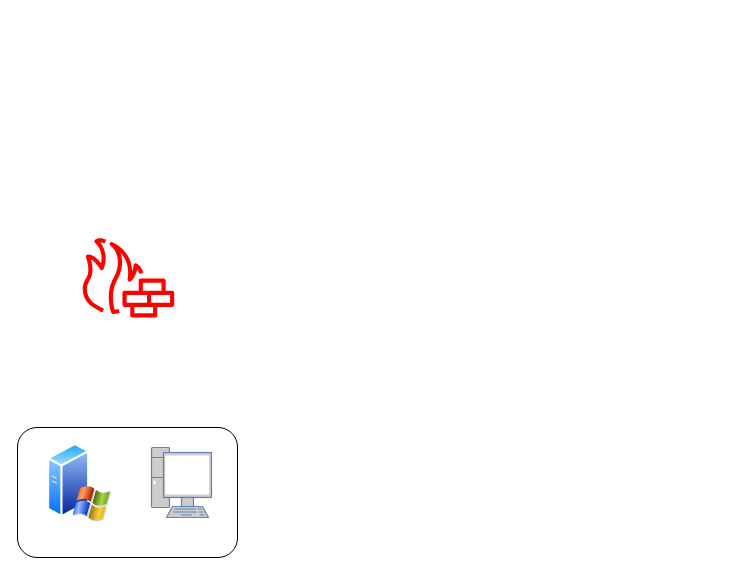
Earlier version of the draw.io diagram Untitled Diagram.drawio (vanluongkma/draw.io). Source tidied: cells renumbered, new cells numbered last; positions are measured from the earlier drawing's top-left corner, leaving out a move shared by most shapes. Both pictures are drawn from the tidied source at 100%, with x=0, y=0 at pixel (17, 237). Pictures stored in the file or linked from it are replaced by grey dashed boxes.
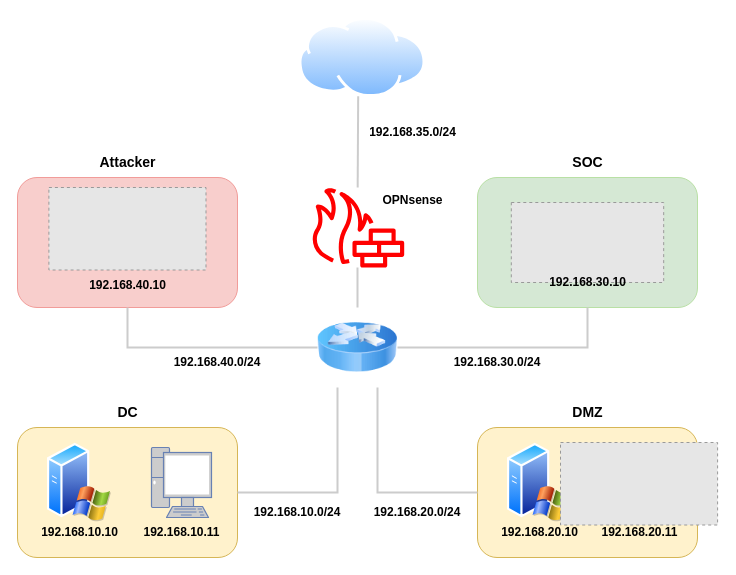
Above is the later version.

Commit message:
Cập nhật Untitled Diagram.drawio

The edit, as a diff of the source:
```diff
@@
-    <mxCell id="2" style="rounded=1;whiteSpace=wrap;html=1;" parent="1" vertex="1">
+    <mxCell id="2" style="rounded=1;whiteSpace=wrap;html=1;fillColor=#fff2cc;strokeColor=#d6b656;" parent="1" vertex="1">
       <mxGeometry y="190" width="220" height="130" as="geometry" />
     </mxCell>
@@
-    <mxCell id="5" style="sketch=0;outlineConnect=0;fontColor=#232F3E;gradientColor=none;fillColor=#FF0000;strokeColor=none;dashed=0;verticalLabelPosition=bottom;verticalAlign=top;align=center;html=1;fontSize=12;fontStyle=0;shape=mxgraph.aws4.generic_firewall;" parent="1" vertex="1">
-      <mxGeometry x="62.7" width="94.5" height="80" as="geometry" />
+    <mxCell id="5" style="sketch=0;outlineConnect=0;fillColor=#FF0000;strokeColor=#FF0000;dashed=0;verticalLabelPosition=bottom;verticalAlign=top;align=center;html=1;fontSize=12;fontStyle=0;shape=mxgraph.aws4.generic_firewall;" parent="1" vertex="1">
+      <mxGeometry x="292.7" y="-50" width="94.5" height="80" as="geometry" />
     </mxCell>
+    <mxCell id="6" style="rounded=1;whiteSpace=wrap;html=1;fillColor=#fff2cc;strokeColor=#d6b656;" parent="1" vertex="1">
+      <mxGeometry x="460" y="190" width="220" height="130" as="geometry" />
+    </mxCell>
+    <mxCell id="7" style="image;perimeter=ellipsePerimeter;html=1;align=center;shadow=0;dashed=0;spacingTop=3;image=img/lib/active_directory/windows_server_2.svg;" parent="1" vertex="1">
+      <mxGeometry x="490" y="205" width="64" height="80" as="geometry" />
+    </mxCell>
+    <mxCell id="8" value="&lt;b&gt;&lt;font style=&quot;font-size: 14px;&quot;&gt;DMZ&lt;/font&gt;&lt;/b&gt;" style="text;html=1;align=center;verticalAlign=middle;strokeColor=none;fillColor=none;" parent="1" vertex="1">
+      <mxGeometry x="545" y="160" width="50" height="30" as="geometry" />
+    </mxCell>
+    <mxCell id="9" value="&lt;b&gt;&lt;font style=&quot;font-size: 14px;&quot;&gt;DC&lt;/font&gt;&lt;/b&gt;" style="text;html=1;align=center;verticalAlign=middle;strokeColor=none;fillColor=none;" parent="1" vertex="1">
+      <mxGeometry x="90" y="160" width="40" height="30" as="geometry" />
+    </mxCell>
+    <mxCell id="10" style="image;html=1;image=img/lib/clip_art/networking/Router_Icon_128x128.png;" parent="1" vertex="1">
+      <mxGeometry x="300" y="70" width="80" height="80" as="geometry" />
+    </mxCell>
+    <mxCell id="11" style="endArrow=none;html=1;rounded=0;entryX=0.25;entryY=1;entryDx=0;entryDy=0;exitX=1;exitY=0.5;exitDx=0;exitDy=0;strokeWidth=2;strokeColor=#CCCCCC;" parent="1" edge="1" source="2" target="10">
+      <mxGeometry relative="1" as="geometry">
+        <Array as="points">
+          <mxPoint x="320" y="255" />
+        </Array>
+      </mxGeometry>
+    </mxCell>
+    <mxCell id="12" style="endArrow=none;html=1;rounded=0;entryX=0.75;entryY=1;entryDx=0;entryDy=0;exitX=0;exitY=0.5;exitDx=0;exitDy=0;strokeWidth=2;strokeColor=#CCCCCC;" parent="1" edge="1" source="6" target="10">
+      <mxGeometry relative="1" as="geometry">
+        <Array as="points">
+          <mxPoint x="360" y="255" />
+        </Array>
+      </mxGeometry>
+    </mxCell>
+    <mxCell id="13" style="endArrow=none;html=1;rounded=0;exitX=0.5;exitY=0;exitDx=0;exitDy=0;strokeColor=#CCCCCC;strokeWidth=2;" parent="1" edge="1" source="10" target="5">
+      <mxGeometry relative="1" as="geometry" />
+    </mxCell>
+    <mxCell id="14" style="image;perimeter=ellipsePerimeter;html=1;align=center;shadow=0;dashed=0;spacingTop=3;image=img/lib/active_directory/internet_cloud.svg;" parent="1" vertex="1">
+      <mxGeometry x="281.5" y="-220" width="127" height="80" as="geometry" />
+    </mxCell>
+    <mxCell id="15" style="endArrow=none;html=1;rounded=0;entryX=0.466;entryY=0.983;entryDx=0;entryDy=0;entryPerimeter=0;strokeColor=#CCCCCC;strokeWidth=2;" parent="1" edge="1" source="5" target="14">
+      <mxGeometry relative="1" as="geometry" />
+    </mxCell>
+    <mxCell id="16" value="&lt;b&gt;OPNsense&lt;/b&gt;&lt;div&gt;&lt;br&gt;&lt;/div&gt;" style="text;html=1;align=center;verticalAlign=middle;strokeColor=none;fillColor=none;" parent="1" vertex="1">
+      <mxGeometry x="355" y="-50" width="80" height="40" as="geometry" />
+    </mxCell>
+    <mxCell id="17" style="rounded=1;whiteSpace=wrap;html=1;fillColor=#f8cecc;strokeColor=#F19C99;" parent="1" vertex="1">
+      <mxGeometry y="-60" width="220" height="130" as="geometry" />
+    </mxCell>
+    <mxCell id="18" style="endArrow=none;html=1;rounded=0;entryX=0.5;entryY=1;entryDx=0;entryDy=0;exitX=0;exitY=0.5;exitDx=0;exitDy=0;strokeColor=#CCCCCC;strokeWidth=2;" parent="1" edge="1" source="10" target="17">
+      <mxGeometry relative="1" as="geometry">
+        <Array as="points">
+          <mxPoint x="110" y="110" />
+        </Array>
+      </mxGeometry>
+    </mxCell>
+    <mxCell id="19" style="rounded=1;whiteSpace=wrap;html=1;fillColor=#d5e8d4;strokeColor=#B9E0A5;" parent="1" vertex="1">
+      <mxGeometry x="460" y="-60" width="220" height="130" as="geometry" />
+    </mxCell>
+    <mxCell id="20" style="endArrow=none;html=1;rounded=0;exitX=1;exitY=0.5;exitDx=0;exitDy=0;entryX=0.5;entryY=1;entryDx=0;entryDy=0;strokeColor=#CCCCCC;strokeWidth=2;" parent="1" edge="1" source="10" target="19">
+      <mxGeometry relative="1" as="geometry">
+        <Array as="points">
+          <mxPoint x="570" y="110" />
+        </Array>
+      </mxGeometry>
+    </mxCell>
+    <mxCell id="21" style="fillColor=#E6E6E6;strokeColor=#999999;dashed=1;verticalLabelPosition=bottom;labelBackgroundColor=default;verticalAlign=top;" parent="1" vertex="1">
+      <mxGeometry x="493.8" y="-35" width="152.4" height="80" as="geometry" />
+    </mxCell>
+    <mxCell id="22" style="fillColor=#E6E6E6;strokeColor=#999999;dashed=1;verticalLabelPosition=bottom;labelBackgroundColor=default;verticalAlign=top;" parent="1" vertex="1">
+      <mxGeometry x="31.4" y="-50" width="157.1" height="82.5" as="geometry" />
+    </mxCell>
+    <mxCell id="23" style="fillColor=#E6E6E6;strokeColor=#999999;dashed=1;verticalLabelPosition=bottom;labelBackgroundColor=default;verticalAlign=top;" parent="1" vertex="1">
+      <mxGeometry x="543" y="205" width="157.1" height="82.5" as="geometry" />
+    </mxCell>
+    <mxCell id="24" value="&lt;b&gt;&lt;font style=&quot;font-size: 14px;&quot;&gt;Attacker&lt;/font&gt;&lt;/b&gt;" style="text;html=1;align=center;verticalAlign=middle;strokeColor=none;fillColor=none;" parent="1" vertex="1">
+      <mxGeometry x="70" y="-90" width="80" height="30" as="geometry" />
+    </mxCell>
+    <mxCell id="25" value="&lt;b&gt;&lt;font style=&quot;font-size: 14px;&quot;&gt;SOC&lt;/font&gt;&lt;/b&gt;" style="text;html=1;align=center;verticalAlign=middle;strokeColor=none;fillColor=none;" parent="1" vertex="1">
+      <mxGeometry x="545" y="-90" width="50" height="30" as="geometry" />
+    </mxCell>
+    <mxCell id="26" value="&lt;b&gt;192.168.10.0/24&lt;/b&gt;" style="text;html=1;align=center;verticalAlign=middle;whiteSpace=wrap;rounded=0;" parent="1" vertex="1">
+      <mxGeometry x="250" y="260" width="60" height="30" as="geometry" />
+    </mxCell>
+    <mxCell id="27" value="&lt;b&gt;192.168.20.0/24&lt;/b&gt;" style="text;html=1;align=center;verticalAlign=middle;whiteSpace=wrap;rounded=0;" parent="1" vertex="1">
+      <mxGeometry x="370" y="260" width="60" height="30" as="geometry" />
+    </mxCell>
+    <mxCell id="28" value="&lt;b&gt;192.168.30.0/24&lt;/b&gt;" style="text;html=1;align=center;verticalAlign=middle;whiteSpace=wrap;rounded=0;" parent="1" vertex="1">
+      <mxGeometry x="450" y="110" width="60" height="30" as="geometry" />
+    </mxCell>
+    <mxCell id="29" value="&lt;b&gt;192.168.40.0/24&lt;/b&gt;" style="text;html=1;align=center;verticalAlign=middle;whiteSpace=wrap;rounded=0;" parent="1" vertex="1">
+      <mxGeometry x="170" y="110" width="60" height="30" as="geometry" />
+    </mxCell>
+    <mxCell id="30" value="&lt;b&gt;192.168.35.0/24&lt;/b&gt;" style="text;html=1;align=center;verticalAlign=middle;strokeColor=none;fillColor=none;" parent="1" vertex="1">
+      <mxGeometry x="340" y="-120" width="110" height="30" as="geometry" />
+    </mxCell>
+    <mxCell id="31" value="&lt;b&gt;192.168.40.10&lt;/b&gt;" style="text;html=1;align=center;verticalAlign=middle;strokeColor=none;fillColor=none;" parent="1" vertex="1">
+      <mxGeometry x="60" y="32.5" width="100" height="30" as="geometry" />
+    </mxCell>
+    <mxCell id="32" value="&lt;b&gt;192.168.30.10&lt;/b&gt;" style="text;html=1;align=center;verticalAlign=middle;strokeColor=none;fillColor=none;" parent="1" vertex="1">
+      <mxGeometry x="520" y="30" width="100" height="30" as="geometry" />
+    </mxCell>
+    <mxCell id="33" value="&lt;b&gt;192.168.10.10&lt;/b&gt;" style="text;html=1;align=center;verticalAlign=middle;strokeColor=none;fillColor=none;" parent="1" vertex="1">
+      <mxGeometry x="12" y="280" width="100" height="30" as="geometry" />
+    </mxCell>
+    <mxCell id="34" value="&lt;b&gt;192.168.10.11&lt;/b&gt;" style="text;html=1;align=center;verticalAlign=middle;strokeColor=none;fillColor=none;" parent="1" vertex="1">
+      <mxGeometry x="114" y="280" width="100" height="30" as="geometry" />
+    </mxCell>
+    <mxCell id="35" value="&lt;b&gt;192.168.20.10&lt;/b&gt;" style="text;html=1;align=center;verticalAlign=middle;strokeColor=none;fillColor=none;" parent="1" vertex="1">
+      <mxGeometry x="472" y="280" width="100" height="30" as="geometry" />
+    </mxCell>
+    <mxCell id="36" value="&lt;b&gt;192.168.20.11&lt;/b&gt;" style="text;html=1;align=center;verticalAlign=middle;strokeColor=none;fillColor=none;" parent="1" vertex="1">
+      <mxGeometry x="571.6" y="280" width="100" height="30" as="geometry" />
+    </mxCell>
```
